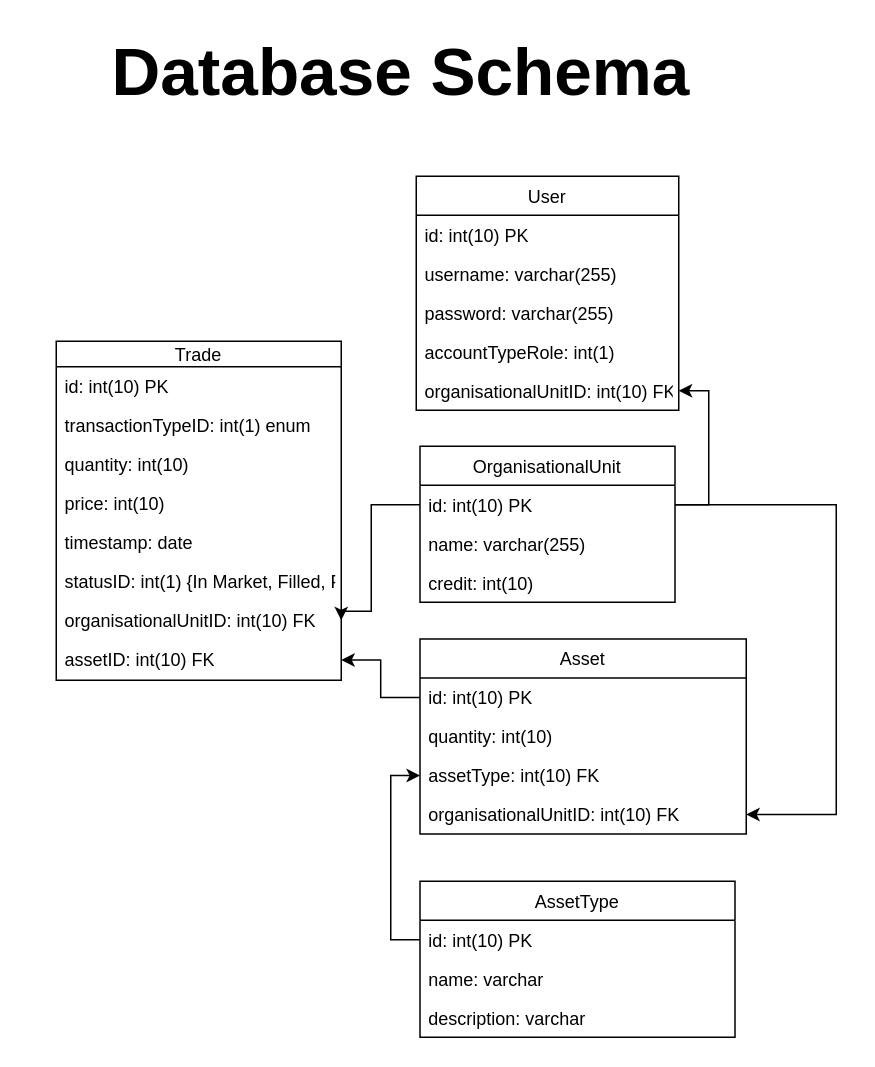
Before: Project_Report/Source Diagrams/Database_Scheme_ORM.drawio in aash35/Assest-Trading-Platform, a draw.io diagram. Source tidied: cells renumbered, new cells numbered last; positions are measured from the earlier drawing's top-left corner, leaving out a move shared by most shapes. Both pictures are drawn from the tidied source at 150%, with x=0, y=0 at pixel (26, 26).
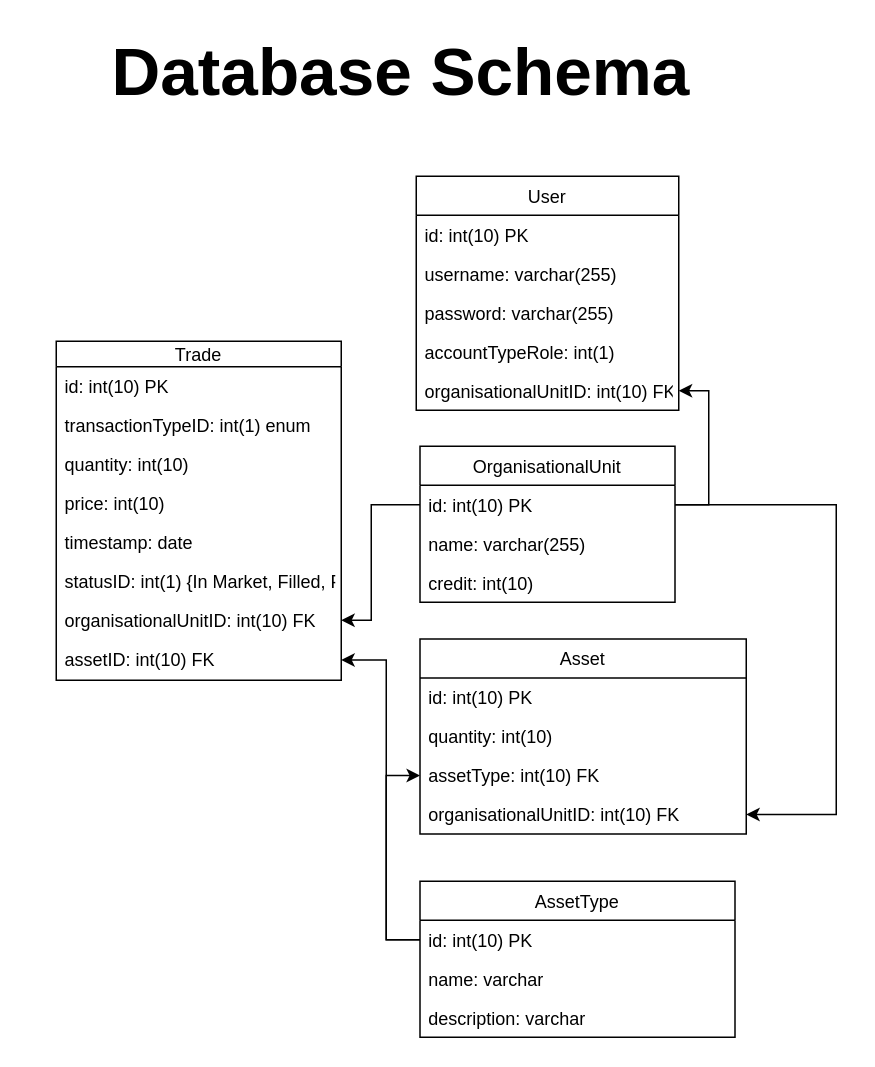
The same diagram, later.

Commit message (it also covers changes not shown here):
Changes to the Database Scheme and cleaned up navigation helper

The change refers to these unchanged cells:
```xml
<mxCell id="4" value="id: int(10) PK" style="text;strokeColor=none;fillColor=none;align=left;verticalAlign=top;spacingLeft=4;spacingRight=4;overflow=hidden;points=[[0,0.5],[1,0.5]];portConstraint=eastwest;" parent="3" vertex="1">
  <mxGeometry y="26" width="170" height="26" as="geometry" />
</mxCell>
<mxCell id="14" value="id: int(10) PK" style="text;strokeColor=none;fillColor=none;align=left;verticalAlign=top;spacingLeft=4;spacingRight=4;overflow=hidden;points=[[0,0.5],[1,0.5]];portConstraint=eastwest;" parent="13" vertex="1">
  <mxGeometry y="26" width="217.5" height="26" as="geometry" />
</mxCell>
<mxCell id="16" value="assetType: int(10) FK" style="text;strokeColor=none;fillColor=none;align=left;verticalAlign=top;spacingLeft=4;spacingRight=4;overflow=hidden;points=[[0,0.5],[1,0.5]];portConstraint=eastwest;" parent="13" vertex="1">
  <mxGeometry y="78" width="217.5" height="26" as="geometry" />
</mxCell>
<mxCell id="19" value="id: int(10) PK" style="text;strokeColor=none;fillColor=none;align=left;verticalAlign=top;spacingLeft=4;spacingRight=4;overflow=hidden;points=[[0,0.5],[1,0.5]];portConstraint=eastwest;" parent="18" vertex="1">
  <mxGeometry y="26" width="210" height="26" as="geometry" />
</mxCell>
<mxCell id="32" value="organisationalUnitID: int(10) FK" style="text;strokeColor=none;fillColor=none;align=left;verticalAlign=top;spacingLeft=4;spacingRight=4;overflow=hidden;points=[[0,0.5],[1,0.5]];portConstraint=eastwest;" parent="25" vertex="1">
  <mxGeometry y="173" width="190" height="26" as="geometry" />
</mxCell>
<mxCell id="33" value="assetID: int(10) FK" style="text;strokeColor=none;fillColor=none;align=left;verticalAlign=top;spacingLeft=4;spacingRight=4;overflow=hidden;points=[[0,0.5],[1,0.5]];portConstraint=eastwest;" parent="25" vertex="1">
  <mxGeometry y="199" width="190" height="27" as="geometry" />
</mxCell>
```

What changed in the source:
```diff
@@
     <mxCell id="24" style="edgeStyle=orthogonalEdgeStyle;rounded=0;jettySize=auto;html=1;entryX=0;entryY=0.5;entryDx=0;entryDy=0;" parent="1" edge="1" source="19" target="16">
       <mxGeometry relative="1" as="geometry">
         <Array as="points">
-          <mxPoint x="243" y="609" />
-          <mxPoint x="243" y="500" />
+          <mxPoint x="240" y="609" />
+          <mxPoint x="240" y="500" />
         </Array>
       </mxGeometry>
     </mxCell>
@@
     <mxCell id="34" style="edgeStyle=orthogonalEdgeStyle;rounded=0;jettySize=auto;html=1;entryX=1;entryY=0.5;entryDx=0;entryDy=0;exitX=0;exitY=0.5;exitDx=0;exitDy=0;" parent="1" edge="1" source="4" target="32">
       <mxGeometry relative="1" as="geometry">
         <Array as="points">
           <mxPoint x="230" y="319" />
-          <mxPoint x="230" y="390" />
-          <mxPoint x="210" y="390" />
+          <mxPoint x="230" y="396" />
         </Array>
       </mxGeometry>
     </mxCell>
-    <mxCell id="35" style="edgeStyle=orthogonalEdgeStyle;rounded=0;jettySize=auto;html=1;entryX=1;entryY=0.5;entryDx=0;entryDy=0;" parent="1" edge="1" source="14" target="33">
-      <mxGeometry relative="1" as="geometry" />
-    </mxCell>
+    <mxCell id="36" style="edgeStyle=orthogonalEdgeStyle;rounded=0;jettySize=auto;html=1;entryX=1;entryY=0.5;entryDx=0;entryDy=0;" parent="1" edge="1" source="19" target="33">
+      <mxGeometry relative="1" as="geometry">
+        <Array as="points">
+          <mxPoint x="240" y="609" />
+          <mxPoint x="240" y="423" />
+        </Array>
+      </mxGeometry>
+    </mxCell>
```
